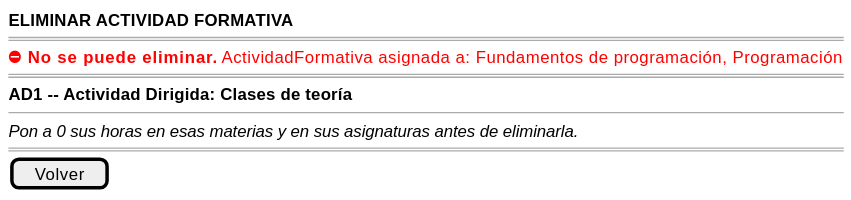
Earlier version of the PlantUML export images/RUP/01-requisitos/03-detalle-casos-uso/eliminarActividadFormativa/wireframe-bloqueada.svg (mmasias/pyCeldaPublico). Its diagram source:
```plantuml
@startsalt eliminarActividadFormativa-wireframe-bloqueada
{
    <b>ELIMINAR ACTIVIDAD FORMATIVA</b>
    ====
    <color:red><b>⛔ No se puede eliminar.</b> ActividadFormativa asignada a: Fundamentos de programación, Programación</color>
    ====
    <b>AD1 -- Actividad Dirigida: Clases de teoría</b>
    --
    <i>Pon a 0 sus horas en esas materias y en sus asignaturas antes de eliminarla.</i>
    ====
    [ Volver ]
}
@endsalt
```
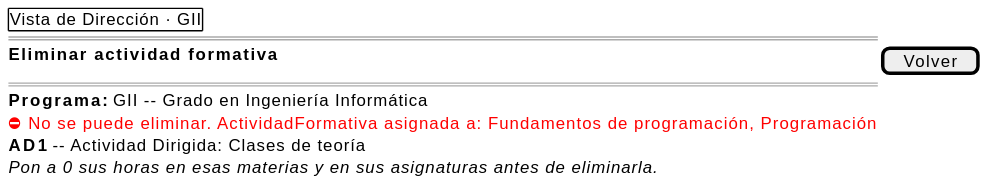
Above is the later version.

Change to the diagram source:
```diff
@@ -1,13 +1,12 @@
 @startsalt eliminarActividadFormativa-wireframe-bloqueada
 {
-    <b>ELIMINAR ACTIVIDAD FORMATIVA</b>
+    {+ Vista de Dirección · GII }
     ====
-    <color:red><b>⛔ No se puede eliminar.</b> ActividadFormativa asignada a: Fundamentos de programación, Programación</color>
+    <b>Eliminar actividad formativa</b> | [ Volver ]
     ====
-    <b>AD1 -- Actividad Dirigida: Clases de teoría</b>
-    --
+    <b>Programa:</b> GII -- Grado en Ingeniería Informática
+    <color:red>⛔ No se puede eliminar. ActividadFormativa asignada a: Fundamentos de programación, Programación</color>
+    <b>AD1</b> -- Actividad Dirigida: Clases de teoría
     <i>Pon a 0 sus horas en esas materias y en sus asignaturas antes de eliminarla.</i>
-    ====
-    [ Volver ]
 }
 @endsalt
```
